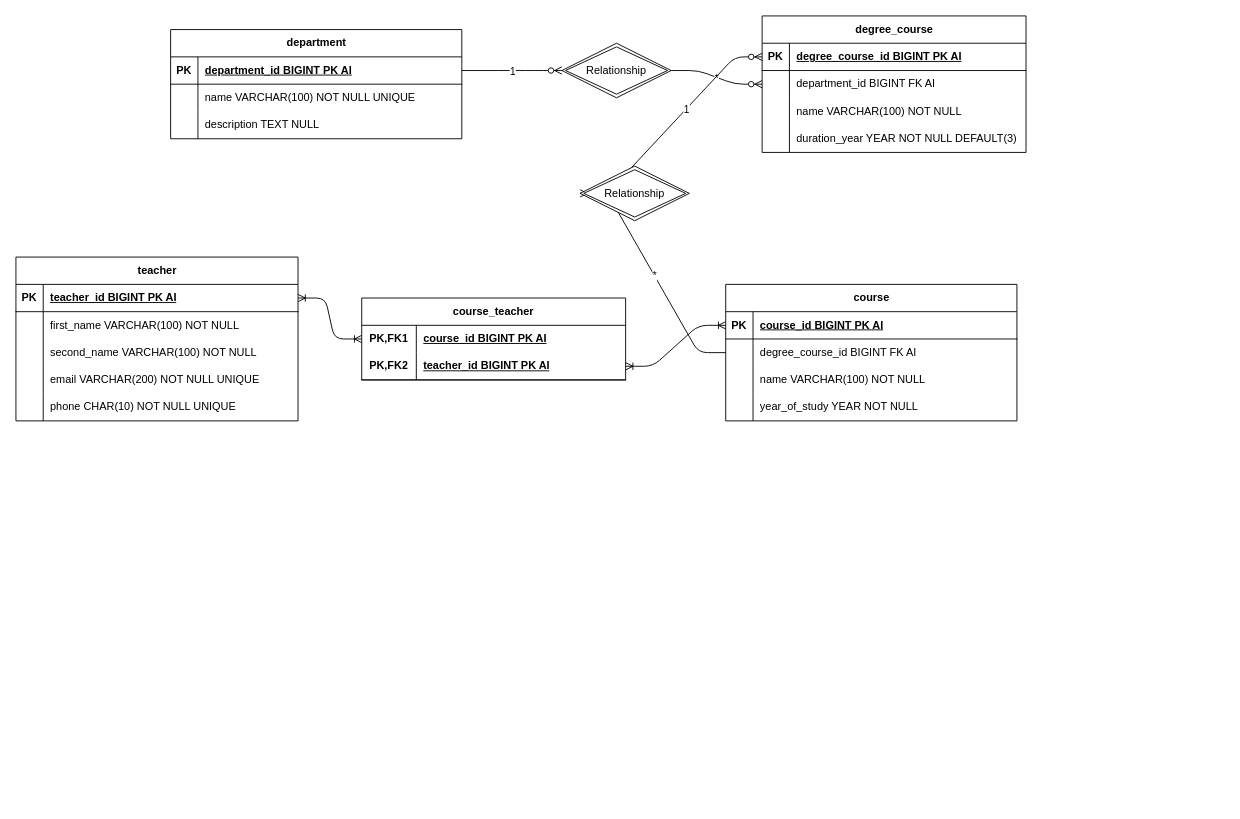
The draw.io diagram relations/universityER.drawio in maksbernatskyy/db-university, before the edit. Source tidied: cells renumbered, new cells numbered last; positions are measured from the earlier drawing's top-left corner, leaving out a move shared by most shapes. Both pictures are drawn from the tidied source at 91%, with x=0, y=0 at pixel (15, 15).
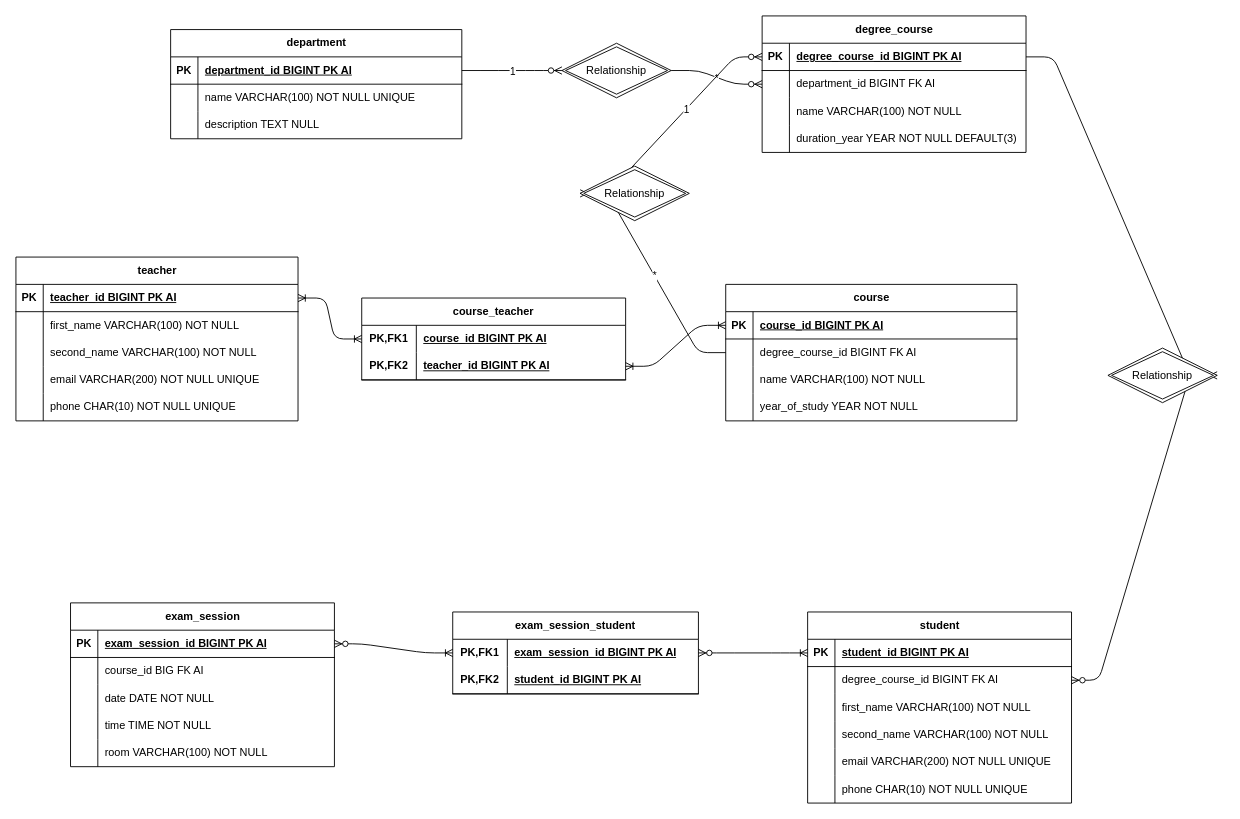
The same diagram, later.

Commit message:
Add exam session and student tables with relationships

The change refers to these unchanged cells:
```xml
<mxCell id="13" style="shape=tableRow;horizontal=0;startSize=0;swimlaneHead=0;swimlaneBody=0;fillColor=none;points=[[0,0.5],[1,0.5]];portConstraint=eastwest;top=0;left=0;right=0;bottom=1;" parent="12" vertex="1">
  <mxGeometry y="30" width="290" height="30" as="geometry" />
</mxCell>
```

The edit, as a diff of the source:
```diff
@@
+    <mxCell id="73" value="exam_session" style="shape=table;startSize=30;childLayout=tableLayout;rowLines=0;fontStyle=1;align=center;html=1;" parent="1" vertex="1">
+      <mxGeometry x="60" y="645" width="290" height="180" as="geometry" />
+    </mxCell>
+    <mxCell id="74" style="shape=tableRow;horizontal=0;startSize=0;swimlaneHead=0;swimlaneBody=0;fillColor=none;points=[[0,0.5],[1,0.5]];portConstraint=eastwest;top=0;left=0;right=0;bottom=1;" parent="73" vertex="1">
+      <mxGeometry y="30" width="290" height="30" as="geometry" />
+    </mxCell>
+    <mxCell id="75" value="PK" style="shape=partialRectangle;fillColor=none;top=0;left=0;bottom=0;right=0;fontStyle=1;overflow=hidden;whiteSpace=wrap;html=1;" parent="74" vertex="1">
+      <mxGeometry width="30" height="30" as="geometry" />
+    </mxCell>
+    <mxCell id="76" value="exam_session_id BIGINT PK AI" style="shape=partialRectangle;fillColor=none;top=0;left=0;bottom=0;right=0;align=left;spacingLeft=6;fontStyle=5;overflow=hidden;whiteSpace=wrap;html=1;" parent="74" vertex="1">
+      <mxGeometry x="30" width="260" height="30" as="geometry" />
+    </mxCell>
+    <mxCell id="77" style="shape=tableRow;horizontal=0;startSize=0;swimlaneHead=0;swimlaneBody=0;fillColor=none;top=0;left=0;right=0;bottom=0;" parent="73" vertex="1">
+      <mxGeometry y="60" width="290" height="30" as="geometry" />
+    </mxCell>
+    <mxCell id="78" style="shape=partialRectangle;fillColor=none;top=0;left=0;bottom=0;right=0;overflow=hidden;whiteSpace=wrap;html=1;" parent="77" vertex="1">
+      <mxGeometry width="30" height="30" as="geometry" />
+    </mxCell>
+    <mxCell id="79" value="course_id BIG FK AI" style="shape=partialRectangle;fillColor=none;top=0;left=0;bottom=0;right=0;align=left;spacingLeft=6;overflow=hidden;whiteSpace=wrap;html=1;" parent="77" vertex="1">
+      <mxGeometry x="30" width="260" height="30" as="geometry" />
+    </mxCell>
+    <mxCell id="80" style="shape=tableRow;horizontal=0;startSize=0;swimlaneHead=0;swimlaneBody=0;fillColor=none;top=0;left=0;right=0;bottom=0;" parent="73" vertex="1">
+      <mxGeometry y="90" width="290" height="30" as="geometry" />
+    </mxCell>
+    <mxCell id="81" style="shape=partialRectangle;fillColor=none;top=0;left=0;bottom=0;right=0;overflow=hidden;whiteSpace=wrap;html=1;" parent="80" vertex="1">
+      <mxGeometry width="30" height="30" as="geometry" />
+    </mxCell>
+    <mxCell id="82" value="date DATE NOT NULL" style="shape=partialRectangle;fillColor=none;top=0;left=0;bottom=0;right=0;align=left;spacingLeft=6;overflow=hidden;whiteSpace=wrap;html=1;" parent="80" vertex="1">
+      <mxGeometry x="30" width="260" height="30" as="geometry" />
+    </mxCell>
+    <mxCell id="83" style="shape=tableRow;horizontal=0;startSize=0;swimlaneHead=0;swimlaneBody=0;fillColor=none;top=0;left=0;right=0;bottom=0;" parent="73" vertex="1">
+      <mxGeometry y="120" width="290" height="30" as="geometry" />
+    </mxCell>
+    <mxCell id="84" style="shape=partialRectangle;fillColor=none;top=0;left=0;bottom=0;right=0;overflow=hidden;whiteSpace=wrap;html=1;" parent="83" vertex="1">
+      <mxGeometry width="30" height="30" as="geometry" />
+    </mxCell>
+    <mxCell id="85" value="time TIME NOT NULL" style="shape=partialRectangle;fillColor=none;top=0;left=0;bottom=0;right=0;align=left;spacingLeft=6;overflow=hidden;whiteSpace=wrap;html=1;" parent="83" vertex="1">
+      <mxGeometry x="30" width="260" height="30" as="geometry" />
+    </mxCell>
+    <mxCell id="86" style="shape=tableRow;horizontal=0;startSize=0;swimlaneHead=0;swimlaneBody=0;fillColor=none;top=0;left=0;right=0;bottom=0;" parent="73" vertex="1">
+      <mxGeometry y="150" width="290" height="30" as="geometry" />
+    </mxCell>
+    <mxCell id="87" style="shape=partialRectangle;fillColor=none;top=0;left=0;bottom=0;right=0;overflow=hidden;whiteSpace=wrap;html=1;" parent="86" vertex="1">
+      <mxGeometry width="30" height="30" as="geometry" />
+    </mxCell>
+    <mxCell id="88" value="room VARCHAR(100) NOT NULL" style="shape=partialRectangle;fillColor=none;top=0;left=0;bottom=0;right=0;align=left;spacingLeft=6;overflow=hidden;whiteSpace=wrap;html=1;" parent="86" vertex="1">
+      <mxGeometry x="30" width="260" height="30" as="geometry" />
+    </mxCell>
+    <mxCell id="89" value="student" style="shape=table;startSize=30;childLayout=tableLayout;rowLines=0;fontStyle=1;align=center;html=1;" parent="1" vertex="1">
+      <mxGeometry x="870" y="655" width="290" height="210" as="geometry" />
+    </mxCell>
+    <mxCell id="90" style="shape=tableRow;horizontal=0;startSize=0;swimlaneHead=0;swimlaneBody=0;fillColor=none;points=[[0,0.5],[1,0.5]];portConstraint=eastwest;top=0;left=0;right=0;bottom=1;" parent="89" vertex="1">
+      <mxGeometry y="30" width="290" height="30" as="geometry" />
+    </mxCell>
+    <mxCell id="91" value="PK" style="shape=partialRectangle;fillColor=none;top=0;left=0;bottom=0;right=0;fontStyle=1;overflow=hidden;whiteSpace=wrap;html=1;" parent="90" vertex="1">
+      <mxGeometry width="30" height="30" as="geometry" />
+    </mxCell>
+    <mxCell id="92" value="student_id BIGINT PK AI" style="shape=partialRectangle;fillColor=none;top=0;left=0;bottom=0;right=0;align=left;spacingLeft=6;fontStyle=5;overflow=hidden;whiteSpace=wrap;html=1;" parent="90" vertex="1">
+      <mxGeometry x="30" width="260" height="30" as="geometry" />
+    </mxCell>
+    <mxCell id="93" style="shape=tableRow;horizontal=0;startSize=0;swimlaneHead=0;swimlaneBody=0;fillColor=none;points=[[0,0.5],[1,0.5]];portConstraint=eastwest;top=0;left=0;right=0;bottom=0;" parent="89" vertex="1">
+      <mxGeometry y="60" width="290" height="30" as="geometry" />
+    </mxCell>
+    <mxCell id="94" style="shape=partialRectangle;fillColor=none;top=0;left=0;bottom=0;right=0;overflow=hidden;whiteSpace=wrap;html=1;" parent="93" vertex="1">
+      <mxGeometry width="30" height="30" as="geometry" />
+    </mxCell>
+    <mxCell id="95" value="degree_course_id BIGINT FK AI" style="shape=partialRectangle;fillColor=none;top=0;left=0;bottom=0;right=0;align=left;spacingLeft=6;overflow=hidden;whiteSpace=wrap;html=1;" parent="93" vertex="1">
+      <mxGeometry x="30" width="260" height="30" as="geometry" />
+    </mxCell>
+    <mxCell id="96" style="shape=tableRow;horizontal=0;startSize=0;swimlaneHead=0;swimlaneBody=0;fillColor=none;top=0;left=0;right=0;bottom=0;" parent="89" vertex="1">
+      <mxGeometry y="90" width="290" height="30" as="geometry" />
+    </mxCell>
+    <mxCell id="97" style="shape=partialRectangle;fillColor=none;top=0;left=0;bottom=0;right=0;overflow=hidden;whiteSpace=wrap;html=1;" parent="96" vertex="1">
+      <mxGeometry width="30" height="30" as="geometry" />
+    </mxCell>
+    <mxCell id="98" value="first_name VARCHAR(100) NOT NULL" style="shape=partialRectangle;fillColor=none;top=0;left=0;bottom=0;right=0;align=left;spacingLeft=6;overflow=hidden;whiteSpace=wrap;html=1;" parent="96" vertex="1">
+      <mxGeometry x="30" width="260" height="30" as="geometry" />
+    </mxCell>
+    <mxCell id="99" style="shape=tableRow;horizontal=0;startSize=0;swimlaneHead=0;swimlaneBody=0;fillColor=none;top=0;left=0;right=0;bottom=0;" parent="89" vertex="1">
+      <mxGeometry y="120" width="290" height="30" as="geometry" />
+    </mxCell>
+    <mxCell id="100" style="shape=partialRectangle;fillColor=none;top=0;left=0;bottom=0;right=0;overflow=hidden;whiteSpace=wrap;html=1;" parent="99" vertex="1">
+      <mxGeometry width="30" height="30" as="geometry" />
+    </mxCell>
+    <mxCell id="101" value="second_name VARCHAR(100) NOT NULL" style="shape=partialRectangle;fillColor=none;top=0;left=0;bottom=0;right=0;align=left;spacingLeft=6;overflow=hidden;whiteSpace=wrap;html=1;" parent="99" vertex="1">
+      <mxGeometry x="30" width="260" height="30" as="geometry" />
+    </mxCell>
+    <mxCell id="102" style="shape=tableRow;horizontal=0;startSize=0;swimlaneHead=0;swimlaneBody=0;fillColor=none;top=0;left=0;right=0;bottom=0;" parent="89" vertex="1">
+      <mxGeometry y="150" width="290" height="30" as="geometry" />
+    </mxCell>
+    <mxCell id="103" style="shape=partialRectangle;fillColor=none;top=0;left=0;bottom=0;right=0;overflow=hidden;whiteSpace=wrap;html=1;" parent="102" vertex="1">
+      <mxGeometry width="30" height="30" as="geometry" />
+    </mxCell>
+    <mxCell id="104" value="email VARCHAR(200) NOT NULL UNIQUE" style="shape=partialRectangle;fillColor=none;top=0;left=0;bottom=0;right=0;align=left;spacingLeft=6;overflow=hidden;whiteSpace=wrap;html=1;" parent="102" vertex="1">
+      <mxGeometry x="30" width="260" height="30" as="geometry" />
+    </mxCell>
+    <mxCell id="105" style="shape=tableRow;horizontal=0;startSize=0;swimlaneHead=0;swimlaneBody=0;fillColor=none;top=0;left=0;right=0;bottom=0;" parent="89" vertex="1">
+      <mxGeometry y="180" width="290" height="30" as="geometry" />
+    </mxCell>
+    <mxCell id="106" style="shape=partialRectangle;fillColor=none;top=0;left=0;bottom=0;right=0;overflow=hidden;whiteSpace=wrap;html=1;" parent="105" vertex="1">
+      <mxGeometry width="30" height="30" as="geometry" />
+    </mxCell>
+    <mxCell id="107" value="phone CHAR(10) NOT NULL UNIQUE" style="shape=partialRectangle;fillColor=none;top=0;left=0;bottom=0;right=0;align=left;spacingLeft=6;overflow=hidden;whiteSpace=wrap;html=1;" parent="105" vertex="1">
+      <mxGeometry x="30" width="260" height="30" as="geometry" />
+    </mxCell>
+    <mxCell id="108" style="edgeStyle=entityRelationEdgeStyle;fontSize=12;html=1;endArrow=ERoneToMany;startArrow=ERzeroToMany;exitX=1;exitY=0.5;exitDx=0;exitDy=0;entryX=0;entryY=0.5;entryDx=0;entryDy=0;" parent="1" edge="1" source="110" target="90">
+      <mxGeometry relative="1" as="geometry" />
+    </mxCell>
+    <mxCell id="109" style="edgeStyle=entityRelationEdgeStyle;fontSize=12;html=1;endArrow=ERoneToMany;startArrow=ERzeroToMany;exitX=1;exitY=0.5;exitDx=0;exitDy=0;entryX=0;entryY=0.5;entryDx=0;entryDy=0;" parent="1" edge="1" source="74" target="110">
+      <mxGeometry relative="1" as="geometry" />
+    </mxCell>
+    <mxCell id="110" value="exam_session_student" style="shape=table;startSize=30;childLayout=tableLayout;rowLines=0;fontStyle=1;align=center;html=1;whiteSpace=wrap;" parent="1" vertex="1">
+      <mxGeometry x="480" y="655" width="270" height="90" as="geometry" />
+    </mxCell>
+    <mxCell id="111" style="shape=tableRow;horizontal=0;startSize=0;swimlaneHead=0;swimlaneBody=0;fillColor=none;top=0;left=0;right=0;bottom=0;html=1;" parent="110" vertex="1">
+      <mxGeometry y="30" width="270" height="30" as="geometry" />
+    </mxCell>
+    <mxCell id="112" value="PK,FK1" style="shape=partialRectangle;fillColor=none;top=0;left=0;bottom=0;right=0;fontStyle=1;overflow=hidden;html=1;whiteSpace=wrap;" parent="111" vertex="1">
+      <mxGeometry width="60" height="30" as="geometry" />
+    </mxCell>
+    <mxCell id="113" value="exam_session_id BIGINT PK AI" style="shape=partialRectangle;fillColor=none;top=0;left=0;bottom=0;right=0;align=left;spacingLeft=6;fontStyle=5;overflow=hidden;html=1;whiteSpace=wrap;" parent="111" vertex="1">
+      <mxGeometry x="60" width="210" height="30" as="geometry" />
+    </mxCell>
+    <mxCell id="114" style="shape=tableRow;horizontal=0;startSize=0;swimlaneHead=0;swimlaneBody=0;fillColor=none;top=0;left=0;right=0;bottom=1;html=1;" parent="110" vertex="1">
+      <mxGeometry y="60" width="270" height="30" as="geometry" />
+    </mxCell>
+    <mxCell id="115" value="PK,FK2" style="shape=partialRectangle;fillColor=none;top=0;left=0;bottom=0;right=0;fontStyle=1;overflow=hidden;html=1;whiteSpace=wrap;" parent="114" vertex="1">
+      <mxGeometry width="60" height="30" as="geometry" />
+    </mxCell>
+    <mxCell id="116" value="student_id BIGINT PK AI" style="shape=partialRectangle;fillColor=none;top=0;left=0;bottom=0;right=0;align=left;spacingLeft=6;fontStyle=5;overflow=hidden;html=1;whiteSpace=wrap;" parent="114" vertex="1">
+      <mxGeometry x="60" width="210" height="30" as="geometry" />
+    </mxCell>
+    <mxCell id="117" style="edgeStyle=entityRelationEdgeStyle;fontSize=12;html=1;endArrow=ERzeroToMany;endFill=1;entryX=1;entryY=0.5;entryDx=0;entryDy=0;exitX=1;exitY=0.5;exitDx=0;exitDy=0;" parent="1" edge="1" source="119" target="93">
+      <mxGeometry relative="1" as="geometry" />
+    </mxCell>
+    <mxCell id="118" style="edgeStyle=entityRelationEdgeStyle;fontSize=12;html=1;endArrow=ERzeroToMany;endFill=1;entryX=1;entryY=0.5;entryDx=0;entryDy=0;exitX=1;exitY=0.5;exitDx=0;exitDy=0;" parent="1" edge="1" source="13" target="119">
+      <mxGeometry relative="1" as="geometry" />
+    </mxCell>
+    <mxCell id="119" value="Relationship" style="shape=rhombus;double=1;perimeter=rhombusPerimeter;whiteSpace=wrap;html=1;align=center;" parent="1" vertex="1">
+      <mxGeometry x="1200" y="365" width="120" height="60" as="geometry" />
+    </mxCell>
```
